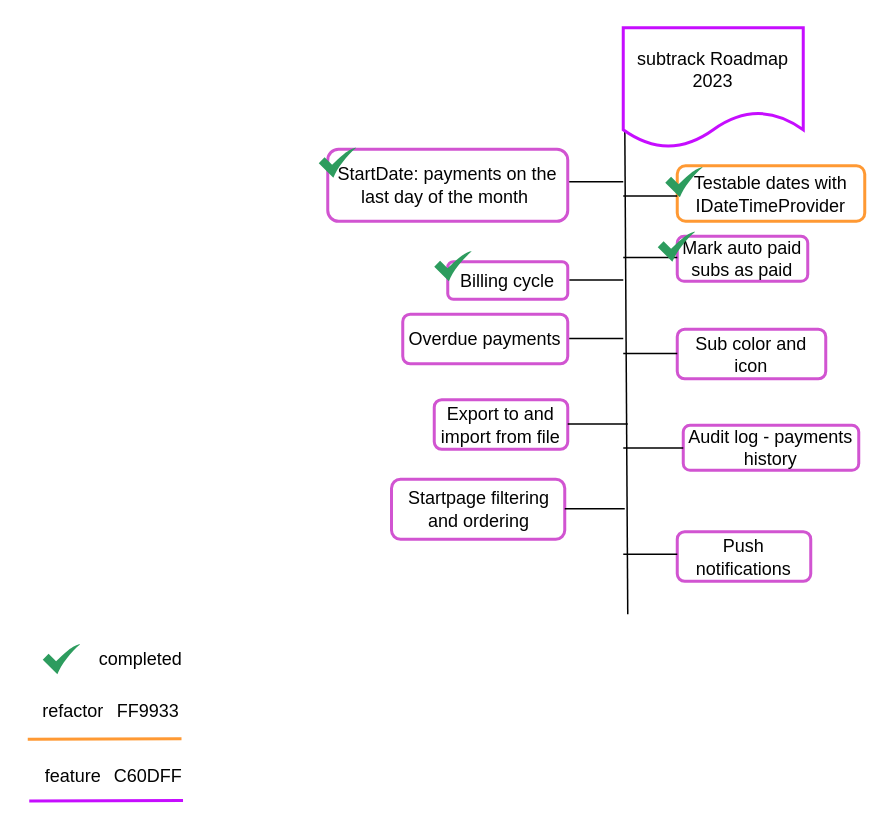
The draw.io diagram docs/roadmap.drawio in Code2Gether-Discord/subtrack, before the edit. Source tidied: cells renumbered, new cells numbered last; positions are measured from the earlier drawing's top-left corner, leaving out a move shared by most shapes. Both pictures are drawn from the tidied source at 150%, with x=0, y=0 at pixel (27, 27).
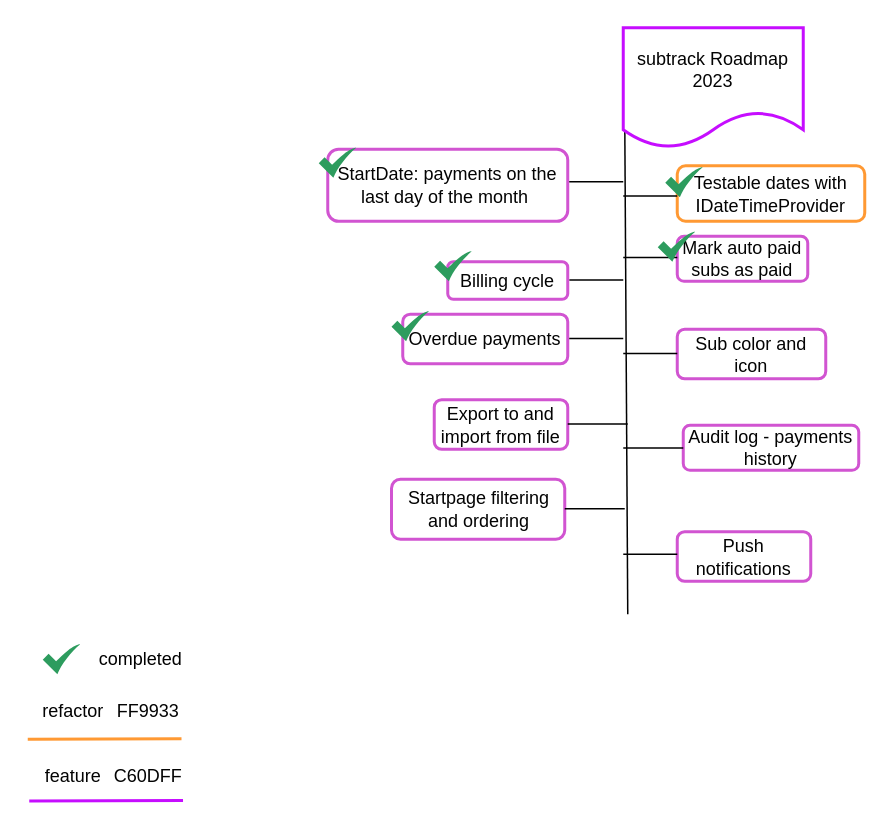
The same page after the edit.

What changed in the source:
```diff
@@
+    <mxCell id="36" style="sketch=0;html=1;strokeColor=none;shadow=0;align=center;verticalAlign=top;fillColor=#2D9C5E;shape=mxgraph.gcp2.check;" parent="1" vertex="1">
+      <mxGeometry x="242.5" y="189" width="25" height="20" as="geometry" />
+    </mxCell>
```
